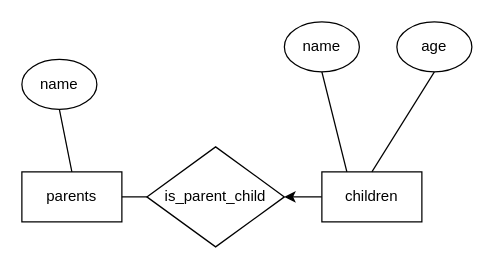
jamessu1201/Database_System keeps this draw.io diagram as hw2_part2B.drawio. Above is the earlier version. Source tidied: cells renumbered, new cells numbered last; positions are measured from the earlier drawing's top-left corner, leaving out a move shared by most shapes. Both pictures are drawn from the tidied source at 125%, with x=0, y=0 at pixel (21, 21).
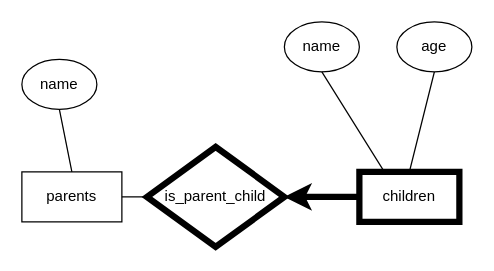
The same page after the edit.

Change to the diagram source:
```diff
@@
 <mxGraphModel>
   <root>
     <mxCell id="0" />
     <mxCell id="1" parent="0" />
     <mxCell id="2" value="parents" style="rounded=0;whiteSpace=wrap;html=1;" parent="1" vertex="1">
       <mxGeometry y="120" width="80" height="40" as="geometry" />
     </mxCell>
-    <mxCell id="3" style="edgeStyle=orthogonalEdgeStyle;rounded=0;jettySize=auto;html=1;" parent="1" edge="1" source="4" target="12">
+    <mxCell id="3" style="edgeStyle=orthogonalEdgeStyle;rounded=0;jettySize=auto;html=1;strokeWidth=5;" parent="1" edge="1" source="4" target="12">
       <mxGeometry relative="1" as="geometry" />
     </mxCell>
-    <mxCell id="4" value="children" style="rounded=0;whiteSpace=wrap;html=1;" parent="1" vertex="1">
-      <mxGeometry x="240" y="120" width="80" height="40" as="geometry" />
+    <mxCell id="4" value="children" style="rounded=0;whiteSpace=wrap;html=1;strokeWidth=5;" parent="1" vertex="1">
+      <mxGeometry x="270" y="120" width="80" height="40" as="geometry" />
     </mxCell>
     <mxCell id="5" value="name" style="ellipse;whiteSpace=wrap;html=1;" parent="1" vertex="1">
       <mxGeometry y="30" width="60" height="40" as="geometry" />
     </mxCell>
     <mxCell id="6" style="endArrow=none;html=1;rounded=0;entryX=0.5;entryY=1;entryDx=0;entryDy=0;exitX=0.5;exitY=0;exitDx=0;exitDy=0;" parent="1" edge="1" source="2" target="5">
       <mxGeometry relative="1" as="geometry" />
     </mxCell>
     <mxCell id="7" style="endArrow=none;html=1;rounded=0;exitX=1;exitY=0.5;exitDx=0;exitDy=0;" parent="1" edge="1" source="2" target="12">
       <mxGeometry relative="1" as="geometry" />
     </mxCell>
     <mxCell id="8" value="name" style="ellipse;whiteSpace=wrap;html=1;" parent="1" vertex="1">
       <mxGeometry x="210" width="60" height="40" as="geometry" />
     </mxCell>
     <mxCell id="9" style="endArrow=none;html=1;rounded=0;exitX=0.25;exitY=0;exitDx=0;exitDy=0;entryX=0.5;entryY=1;entryDx=0;entryDy=0;" parent="1" edge="1" source="4" target="8">
       <mxGeometry relative="1" as="geometry" />
     </mxCell>
     <mxCell id="10" value="age" style="ellipse;whiteSpace=wrap;html=1;" parent="1" vertex="1">
       <mxGeometry x="300" width="60" height="40" as="geometry" />
     </mxCell>
     <mxCell id="11" style="endArrow=none;html=1;rounded=0;exitX=0.5;exitY=0;exitDx=0;exitDy=0;entryX=0.5;entryY=1;entryDx=0;entryDy=0;" parent="1" edge="1" source="4" target="10">
       <mxGeometry relative="1" as="geometry" />
     </mxCell>
-    <mxCell id="12" value="is_parent_child" style="rhombus;whiteSpace=wrap;html=1;" parent="1" vertex="1">
+    <mxCell id="12" value="is_parent_child" style="rhombus;whiteSpace=wrap;html=1;strokeWidth=5;" parent="1" vertex="1">
       <mxGeometry x="100" y="100" width="110" height="80" as="geometry" />
     </mxCell>
   </root>
 </mxGraphModel>
```
